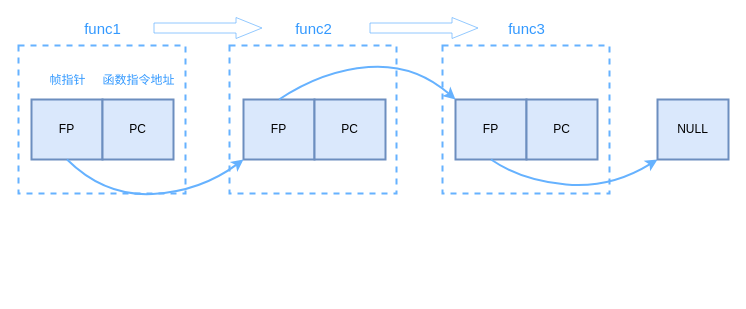
Above: Untitled Diagram.drawio in FengyunSky/pic (draw.io), before the change. Source tidied: cells renumbered, new cells numbered last; positions are measured from the earlier drawing's top-left corner, leaving out a move shared by most shapes. Both pictures are drawn from the tidied source at 100%, with x=0, y=0 at pixel (18, 17).
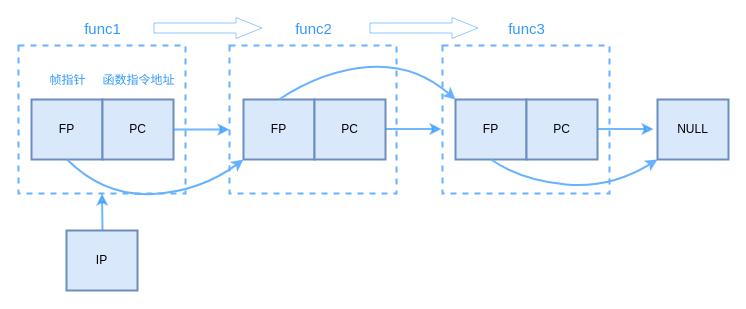
The same diagram, later.

Commit message:
调用栈关系

The change refers to these unchanged cells:
```xml
<mxCell id="4" style="rounded=0;whiteSpace=wrap;html=1;strokeWidth=2;fontColor=#3399FF;dashed=1;strokeColor=#66B2FF;" parent="1" vertex="1">
  <mxGeometry x="211" y="28" width="167" height="148" as="geometry" />
</mxCell>
<mxCell id="6" style="rounded=0;whiteSpace=wrap;html=1;strokeWidth=2;fontColor=#3399FF;dashed=1;strokeColor=#66B2FF;" parent="1" vertex="1">
  <mxGeometry y="28" width="167" height="148" as="geometry" />
</mxCell>
<mxCell id="8" value="PC" style="rounded=0;whiteSpace=wrap;html=1;fillColor=#dae8fc;strokeColor=#6c8ebf;strokeWidth=2;" parent="1" vertex="1">
  <mxGeometry x="84" y="82" width="71" height="60" as="geometry" />
</mxCell>
```

The edit, as a diff of the source:
```diff
@@
+    <mxCell id="22" style="endArrow=classic;html=1;strokeWidth=2;fontSize=15;fontColor=#3399FF;opacity=70;exitX=1;exitY=0.5;exitDx=0;exitDy=0;entryX=0;entryY=0.568;entryDx=0;entryDy=0;entryPerimeter=0;strokeColor=#3399FF;" parent="1" edge="1" source="8" target="4">
+      <mxGeometry relative="1" as="geometry" />
+    </mxCell>
+    <mxCell id="23" style="endArrow=classic;html=1;strokeWidth=2;fontSize=15;fontColor=#3399FF;opacity=70;exitX=1;exitY=0.5;exitDx=0;exitDy=0;entryX=0;entryY=0.568;entryDx=0;entryDy=0;entryPerimeter=0;strokeColor=#3399FF;" parent="1" edge="1">
+      <mxGeometry relative="1" as="geometry">
+        <mxPoint x="367" y="111.5" as="sourcePoint" />
+        <mxPoint x="423" y="111.6" as="targetPoint" />
+      </mxGeometry>
+    </mxCell>
+    <mxCell id="24" style="endArrow=classic;html=1;strokeWidth=2;fontSize=15;fontColor=#3399FF;opacity=70;exitX=1;exitY=0.5;exitDx=0;exitDy=0;entryX=0;entryY=0.568;entryDx=0;entryDy=0;entryPerimeter=0;strokeColor=#3399FF;" parent="1" edge="1">
+      <mxGeometry relative="1" as="geometry">
+        <mxPoint x="579" y="111.5" as="sourcePoint" />
+        <mxPoint x="635" y="111.6" as="targetPoint" />
+      </mxGeometry>
+    </mxCell>
+    <mxCell id="25" style="endArrow=classic;html=1;strokeWidth=2;fontSize=15;fontColor=#3399FF;opacity=70;entryX=0.5;entryY=1;entryDx=0;entryDy=0;strokeColor=#3399FF;" parent="1" edge="1" target="6">
+      <mxGeometry relative="1" as="geometry">
+        <mxPoint x="84" y="213" as="sourcePoint" />
+      </mxGeometry>
+    </mxCell>
+    <mxCell id="26" value="IP" style="rounded=0;whiteSpace=wrap;html=1;fillColor=#dae8fc;strokeColor=#6c8ebf;strokeWidth=2;" parent="1" vertex="1">
+      <mxGeometry x="48" y="213" width="71" height="60" as="geometry" />
+    </mxCell>
```
